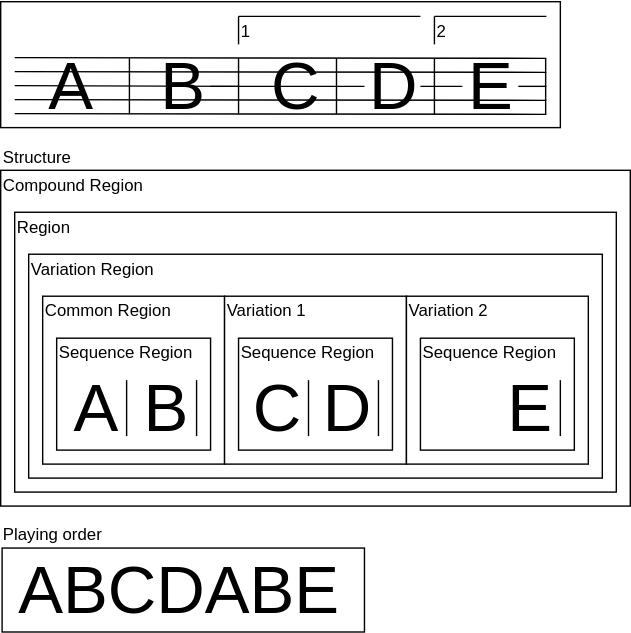
The draw.io diagram docs/repeat/example06.drawio.svg in ruimo/klavier-core, before a commit. Source tidied: cells renumbered, new cells last; positions are measured from the earlier drawing's top-left corner, leaving out a move shared by most shapes.
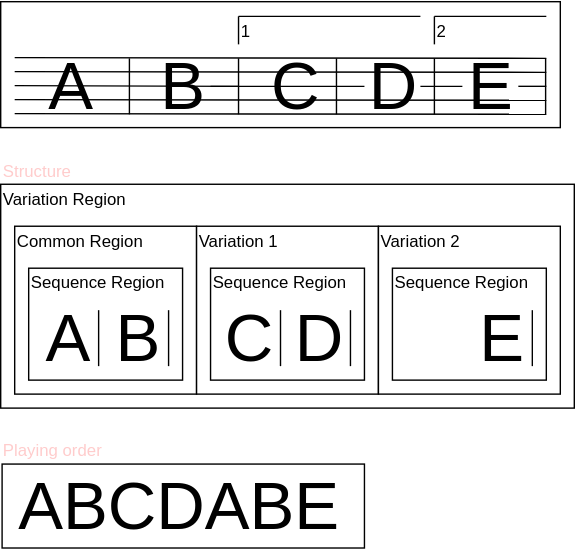
Above is the later version.

What changed in the source:
```diff
@@ -3,84 +3,72 @@
     <mxCell id="0" />
     <mxCell id="1" parent="0" />
     <mxCell id="2" style="rounded=0;whiteSpace=wrap;html=1;" parent="1" vertex="1">
-      <mxGeometry y="-0.5" width="400" height="90" as="geometry" />
+      <mxGeometry x="20" y="49.5" width="400" height="90" as="geometry" />
     </mxCell>
-    <mxCell id="3" style="rounded=0;whiteSpace=wrap;html=1;" parent="1" vertex="1">
-      <mxGeometry y="120" width="450" height="240" as="geometry" />
-    </mxCell>
     <mxCell id="4" style="endArrow=none;html=1;" parent="1" edge="1">
       <mxGeometry relative="1" as="geometry">
-        <mxPoint x="10" y="39.5" as="sourcePoint" />
-        <mxPoint x="390" y="40" as="targetPoint" />
+        <mxPoint x="30" y="89.5" as="sourcePoint" />
+        <mxPoint x="410" y="90" as="targetPoint" />
       </mxGeometry>
     </mxCell>
     <mxCell id="5" style="endArrow=none;html=1;" parent="1" edge="1">
       <mxGeometry relative="1" as="geometry">
-        <mxPoint x="10" y="49.5" as="sourcePoint" />
-        <mxPoint x="390" y="50" as="targetPoint" />
+        <mxPoint x="30" y="99.5" as="sourcePoint" />
+        <mxPoint x="410" y="100" as="targetPoint" />
       </mxGeometry>
     </mxCell>
     <mxCell id="6" style="endArrow=none;html=1;" parent="1" edge="1" source="27">
       <mxGeometry relative="1" as="geometry">
-        <mxPoint x="390" y="60" as="targetPoint" />
+        <mxPoint x="410" y="110" as="targetPoint" />
       </mxGeometry>
     </mxCell>
     <mxCell id="7" style="endArrow=none;html=1;" parent="1" edge="1">
       <mxGeometry relative="1" as="geometry">
-        <mxPoint x="10" y="69.5" as="sourcePoint" />
-        <mxPoint x="390" y="70" as="targetPoint" />
+        <mxPoint x="30" y="119.5" as="sourcePoint" />
+        <mxPoint x="410" y="120" as="targetPoint" />
       </mxGeometry>
     </mxCell>
     <mxCell id="8" style="endArrow=none;html=1;" parent="1" edge="1">
       <mxGeometry relative="1" as="geometry">
-        <mxPoint x="10" y="79.5" as="sourcePoint" />
-        <mxPoint x="390" y="80" as="targetPoint" />
+        <mxPoint x="30" y="129.5" as="sourcePoint" />
+        <mxPoint x="410" y="130" as="targetPoint" />
       </mxGeometry>
     </mxCell>
     <mxCell id="9" value="&lt;font style=&quot;font-size: 48px&quot;&gt;A&lt;/font&gt;" style="text;html=1;strokeColor=none;fillColor=none;align=center;verticalAlign=middle;whiteSpace=wrap;rounded=0;" parent="1" vertex="1">
-      <mxGeometry x="30" y="50" width="40" height="20" as="geometry" />
+      <mxGeometry x="50" y="100" width="40" height="20" as="geometry" />
     </mxCell>
     <mxCell id="10" style="endArrow=none;html=1;" parent="1" edge="1">
       <mxGeometry relative="1" as="geometry">
-        <mxPoint x="10" y="59.5" as="sourcePoint" />
-        <mxPoint x="170" y="60" as="targetPoint" />
+        <mxPoint x="30" y="109.5" as="sourcePoint" />
+        <mxPoint x="190" y="110" as="targetPoint" />
       </mxGeometry>
     </mxCell>
     <mxCell id="11" style="endArrow=none;html=1;" parent="1" edge="1">
       <mxGeometry relative="1" as="geometry">
-        <mxPoint x="170" y="80" as="sourcePoint" />
-        <mxPoint x="170" y="40" as="targetPoint" />
+        <mxPoint x="190" y="130" as="sourcePoint" />
+        <mxPoint x="190" y="90" as="targetPoint" />
       </mxGeometry>
     </mxCell>
     <mxCell id="12" value="&lt;font style=&quot;font-size: 48px&quot;&gt;B&lt;/font&gt;" style="text;html=1;strokeColor=none;fillColor=none;align=center;verticalAlign=middle;whiteSpace=wrap;rounded=0;" parent="1" vertex="1">
-      <mxGeometry x="110" y="50" width="40" height="20" as="geometry" />
+      <mxGeometry x="130" y="100" width="40" height="20" as="geometry" />
     </mxCell>
-    <mxCell id="13" value="Compound Region" style="text;html=1;strokeColor=none;fillColor=none;align=left;verticalAlign=middle;whiteSpace=wrap;rounded=0;" parent="1" vertex="1">
-      <mxGeometry y="120" width="200" height="20" as="geometry" />
-    </mxCell>
     <mxCell id="14" value="&lt;font style=&quot;font-size: 48px&quot;&gt;C&lt;/font&gt;" style="text;html=1;strokeColor=none;fillColor=none;align=center;verticalAlign=middle;whiteSpace=wrap;rounded=0;" parent="1" vertex="1">
-      <mxGeometry x="190" y="50" width="40" height="20" as="geometry" />
+      <mxGeometry x="210" y="100" width="40" height="20" as="geometry" />
     </mxCell>
     <mxCell id="15" style="endArrow=none;html=1;" parent="1" edge="1">
       <mxGeometry relative="1" as="geometry">
-        <mxPoint x="310" y="80" as="sourcePoint" />
-        <mxPoint x="310" y="40" as="targetPoint" />
+        <mxPoint x="330" y="130" as="sourcePoint" />
+        <mxPoint x="330" y="90" as="targetPoint" />
       </mxGeometry>
     </mxCell>
-    <mxCell id="16" style="rounded=0;whiteSpace=wrap;html=1;" parent="1" vertex="1">
-      <mxGeometry x="10" y="150" width="430" height="200" as="geometry" />
-    </mxCell>
     <mxCell id="17" style="rounded=0;whiteSpace=wrap;html=1;" parent="1" vertex="1">
       <mxGeometry x="20" y="180" width="410" height="160" as="geometry" />
     </mxCell>
-    <mxCell id="18" value="Region" style="text;html=1;strokeColor=none;fillColor=none;align=left;verticalAlign=middle;whiteSpace=wrap;rounded=0;" parent="1" vertex="1">
-      <mxGeometry x="10" y="150" width="150" height="20" as="geometry" />
-    </mxCell>
     <mxCell id="19" value="Variation Region" style="text;html=1;strokeColor=none;fillColor=none;align=left;verticalAlign=middle;whiteSpace=wrap;rounded=0;" parent="1" vertex="1">
       <mxGeometry x="20" y="180" width="105" height="20" as="geometry" />
     </mxCell>
     <mxCell id="20" style="group;" parent="1" vertex="1">
-      <mxGeometry x="213" y="40" width="40" height="40" as="geometry" />
+      <mxGeometry x="233" y="90" width="40" height="40" as="geometry" />
     </mxCell>
     <mxCell id="21" style="group;" parent="20" vertex="1">
       <mxGeometry width="40" height="40" as="geometry" />
@@ -98,19 +86,19 @@
       </mxGeometry>
     </mxCell>
     <mxCell id="25" value="&lt;font style=&quot;font-size: 48px&quot;&gt;D&lt;/font&gt;" style="text;html=1;strokeColor=none;fillColor=none;align=center;verticalAlign=middle;whiteSpace=wrap;rounded=0;" parent="1" vertex="1">
-      <mxGeometry x="260" y="50" width="40" height="20" as="geometry" />
+      <mxGeometry x="280" y="100" width="40" height="20" as="geometry" />
     </mxCell>
     <mxCell id="26" style="endArrow=none;html=1;" parent="1" edge="1" source="12" target="25">
       <mxGeometry relative="1" as="geometry" />
     </mxCell>
     <mxCell id="27" value="&lt;font style=&quot;font-size: 48px&quot;&gt;E&lt;/font&gt;" style="text;html=1;strokeColor=none;fillColor=none;align=center;verticalAlign=middle;whiteSpace=wrap;rounded=0;" parent="1" vertex="1">
-      <mxGeometry x="330" y="50" width="40" height="20" as="geometry" />
+      <mxGeometry x="350" y="100" width="40" height="20" as="geometry" />
     </mxCell>
     <mxCell id="28" style="endArrow=none;html=1;" parent="1" edge="1" source="25" target="27">
       <mxGeometry relative="1" as="geometry" />
     </mxCell>
     <mxCell id="29" style="group;" parent="1" vertex="1">
-      <mxGeometry x="362.5" y="40" width="40" height="40" as="geometry" />
+      <mxGeometry x="382.5" y="90" width="40" height="40" as="geometry" />
     </mxCell>
     <mxCell id="30" style="endArrow=none;html=1;" parent="29" edge="1">
       <mxGeometry relative="1" as="geometry">
@@ -120,12 +108,12 @@
     </mxCell>
     <mxCell id="31" style="endArrow=none;html=1;" parent="1" edge="1">
       <mxGeometry relative="1" as="geometry">
-        <mxPoint x="92" y="80" as="sourcePoint" />
-        <mxPoint x="92" y="40" as="targetPoint" />
+        <mxPoint x="112" y="130" as="sourcePoint" />
+        <mxPoint x="112" y="90" as="targetPoint" />
       </mxGeometry>
     </mxCell>
     <mxCell id="32" style="group;" parent="1" vertex="1">
-      <mxGeometry x="170" y="10" width="130" height="20" as="geometry" />
+      <mxGeometry x="190" y="60" width="130" height="20" as="geometry" />
     </mxCell>
     <mxCell id="33" style="group;" parent="32" vertex="1">
       <mxGeometry width="130" height="20" as="geometry" />
@@ -146,7 +134,7 @@
       </mxGeometry>
     </mxCell>
     <mxCell id="37" style="group;" parent="1" vertex="1">
-      <mxGeometry x="310" y="10" width="80" height="20" as="geometry" />
+      <mxGeometry x="330" y="60" width="80" height="20" as="geometry" />
     </mxCell>
     <mxCell id="38" style="group;" parent="37" vertex="1">
       <mxGeometry width="80" height="20" as="geometry" />
@@ -248,16 +236,16 @@
       </mxGeometry>
     </mxCell>
     <mxCell id="64" style="rounded=0;whiteSpace=wrap;html=1;" parent="1" vertex="1">
-      <mxGeometry x="1" y="390" width="259" height="60" as="geometry" />
+      <mxGeometry x="21" y="380" width="259" height="60" as="geometry" />
     </mxCell>
     <mxCell id="65" value="&lt;font style=&quot;font-size: 48px&quot;&gt;ABCDABE&lt;/font&gt;" style="text;html=1;strokeColor=none;fillColor=none;align=left;verticalAlign=middle;whiteSpace=wrap;rounded=0;" parent="1" vertex="1">
-      <mxGeometry x="11" y="410" width="40" height="20" as="geometry" />
+      <mxGeometry x="31" y="400" width="40" height="20" as="geometry" />
     </mxCell>
-    <mxCell id="66" value="Structure" style="text;html=1;strokeColor=none;fillColor=none;align=left;verticalAlign=middle;whiteSpace=wrap;rounded=0;" parent="1" vertex="1">
-      <mxGeometry y="100" width="140" height="20" as="geometry" />
+    <mxCell id="66" value="Structure" style="text;html=1;strokeColor=none;fillColor=none;align=left;verticalAlign=middle;whiteSpace=wrap;rounded=0;fontColor=#FFCCCC;" parent="1" vertex="1">
+      <mxGeometry x="20" y="160" width="140" height="20" as="geometry" />
     </mxCell>
-    <mxCell id="67" value="Playing order" style="text;html=1;strokeColor=none;fillColor=none;align=left;verticalAlign=middle;whiteSpace=wrap;rounded=0;" parent="1" vertex="1">
-      <mxGeometry y="370" width="140" height="20" as="geometry" />
+    <mxCell id="67" value="Playing order" style="text;html=1;strokeColor=none;fillColor=none;align=left;verticalAlign=middle;whiteSpace=wrap;rounded=0;fontColor=#FFCCCC;" parent="1" vertex="1">
+      <mxGeometry x="20" y="360" width="140" height="20" as="geometry" />
     </mxCell>
   </root>
 </mxGraphModel>
```
